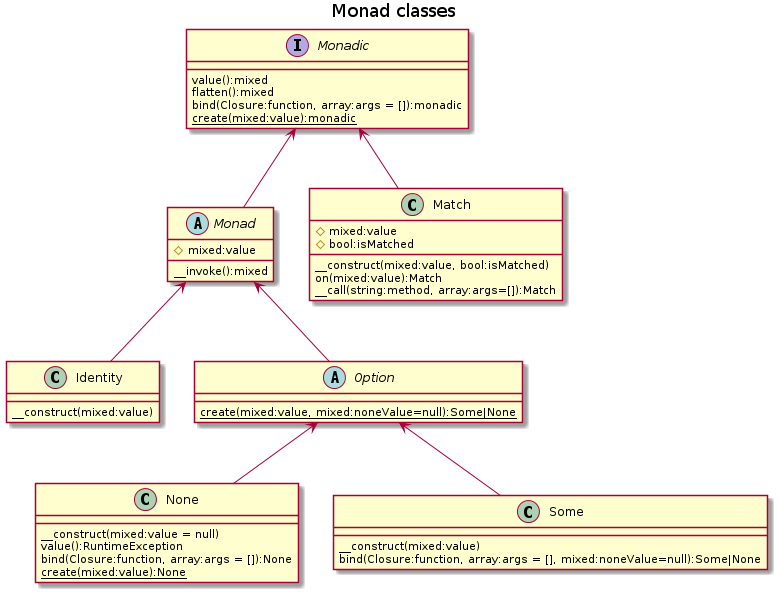
This is docs/monad-classes.png from chippyash/Monad, a PlantUML export, as it was before one commit.
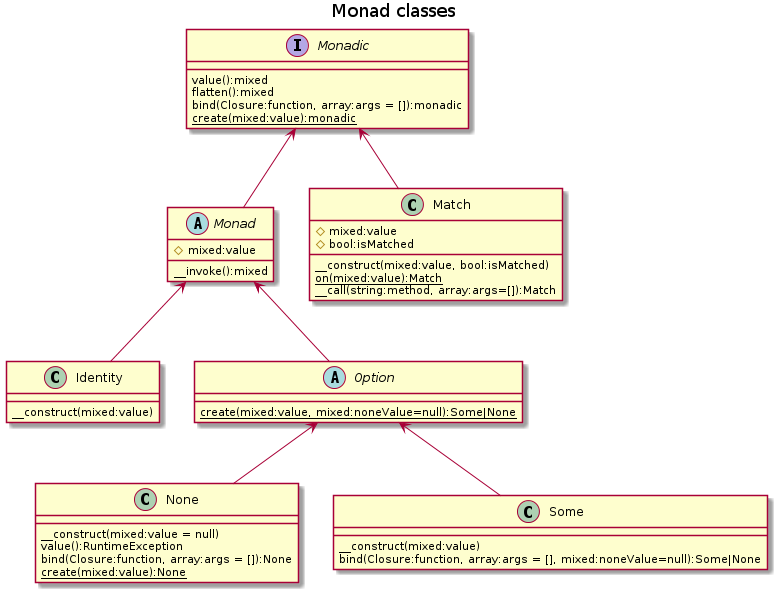
Above is the later version.

What changed in the source:
```diff
@@ -37,7 +37,7 @@
     #mixed:value
     #bool:isMatched
     __construct(mixed:value, bool:isMatched)
-    on(mixed:value):Match
+    {static} on(mixed:value):Match
     __call(string:method, array:args=[]):Match
 }
 
```
